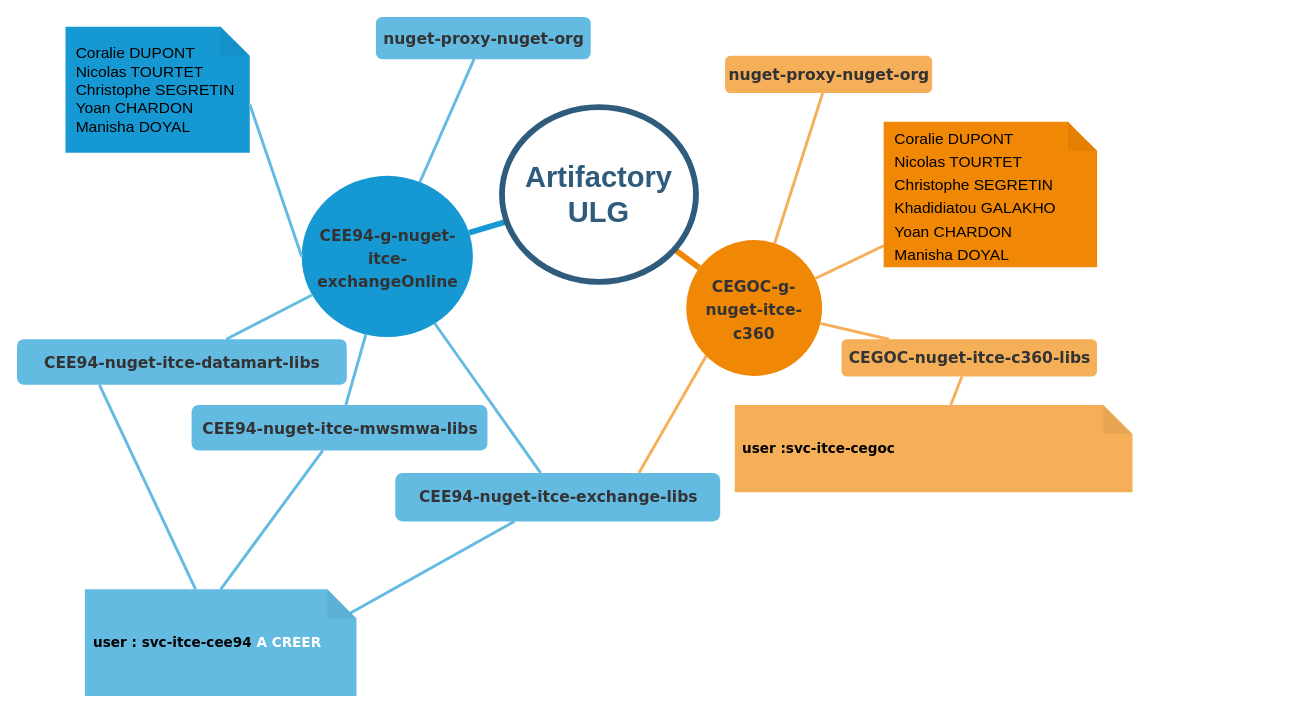
Before: page "C360-Administrateurs" (1 of 2) of artifactory-uld_Diagram.drawio in jmrablat/diagrams, a draw.io diagram. Source tidied: cells renumbered, new cells numbered last; positions are measured from the earlier drawing's top-left corner, leaving out a move shared by most shapes. Both pictures are drawn from the tidied source at 97%, with x=0, y=0 at pixel (16, 16).
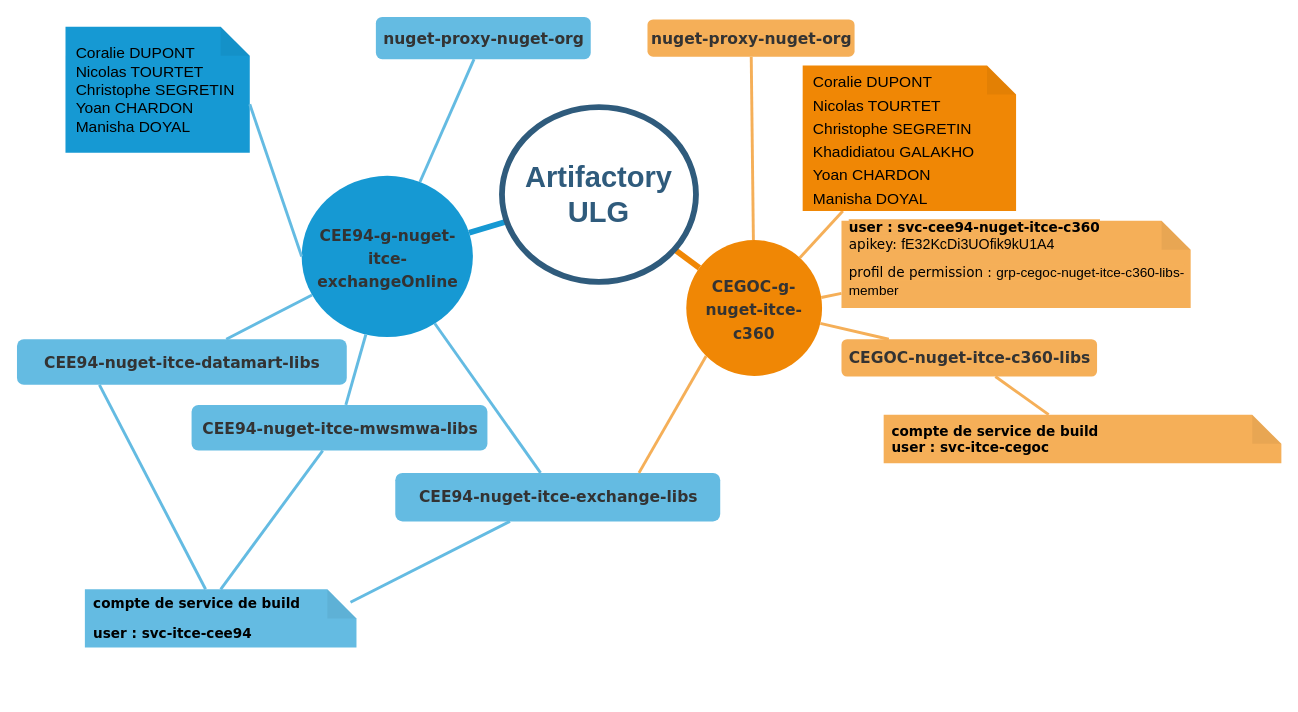
The same page after the edit.

Commit message:
ajout du compte de service permettant l'accès au repo privé

The change refers to these unchanged cells:
```xml
<mxCell id="4" value="&lt;span style=&quot;color: rgb(51 , 51 , 51) ; font-family: &amp;#34;verdana&amp;#34; ; font-size: 16px ; font-weight: 700&quot;&gt;CEGOC-g-nuget-itce-c360&lt;/span&gt;" style="ellipse;whiteSpace=wrap;html=1;shadow=0;fontFamily=Helvetica;fontSize=20;fontColor=#FFFFFF;align=center;strokeWidth=3;fillColor=#F08705;strokeColor=none;gradientColor=none;" parent="1" vertex="1">
  <mxGeometry x="690" y="230" width="140" height="140" as="geometry" />
</mxCell>
```

The edit, as a diff of the source:
```diff
@@
+    <mxCell id="30" style="edgeStyle=none;jettySize=auto;html=1;endArrow=none;strokeColor=#F5AF58;strokeWidth=3;" parent="1" edge="1" source="4" target="31">
+      <mxGeometry relative="1" as="geometry" />
+    </mxCell>
@@
     <mxCell id="5" value="&lt;span style=&quot;color: rgb(51 , 51 , 51) ; font-family: &amp;#34;verdana&amp;#34; ; font-size: 16px ; font-weight: 700&quot;&gt;nuget-proxy-nuget-org&lt;/span&gt;" style="rounded=1;fillColor=#f5af58;strokeColor=none;strokeWidth=3;shadow=0;html=1;fontColor=#FFFFFF;" parent="1" vertex="1">
-      <mxGeometry x="730" y="40" width="213.5" height="38.5" as="geometry" />
+      <mxGeometry x="650" y="2.5" width="213.5" height="38.5" as="geometry" />
     </mxCell>
@@
     <mxCell id="27" value="&lt;span style=&quot;color: rgb(0 , 0 , 0) ; font-size: 16px&quot;&gt;Coralie DUPONT&lt;/span&gt;&lt;br style=&quot;color: rgb(0 , 0 , 0) ; font-size: 16px&quot;&gt;&lt;span style=&quot;color: rgb(0 , 0 , 0) ; font-size: 16px&quot;&gt;Nicolas TOURTET&lt;/span&gt;&lt;br style=&quot;color: rgb(0 , 0 , 0) ; font-size: 16px&quot;&gt;&lt;span style=&quot;color: rgb(0 , 0 , 0) ; font-size: 16px&quot;&gt;Christophe SEGRETIN&lt;br&gt;&lt;/span&gt;&lt;span style=&quot;color: rgb(0 , 0 , 0) ; font-size: 16px&quot;&gt;Khadidiatou GALAKHO&lt;/span&gt;&lt;br&gt;&lt;span style=&quot;color: rgb(0 , 0 , 0) ; font-size: 16px&quot;&gt;Yoan CHARDON&lt;/span&gt;&lt;br style=&quot;color: rgb(0 , 0 , 0) ; font-size: 16px&quot;&gt;&lt;span style=&quot;color: rgb(0 , 0 , 0) ; font-size: 16px&quot;&gt;Manisha DOYAL&lt;/span&gt;" style="shape=note;whiteSpace=wrap;html=1;backgroundOutline=1;darkOpacity=0.05;shadow=0;fontSize=20;fontColor=#FFFFFF;strokeColor=none;strokeWidth=3;fillColor=#F08705;align=left;spacingLeft=9;" parent="1" vertex="1">
-      <mxGeometry x="893.5" y="108" width="220" height="150" as="geometry" />
+      <mxGeometry x="810" y="50" width="220" height="150" as="geometry" />
     </mxCell>
-    <mxCell id="28" value="&lt;p style=&quot;margin: 0in ; font-size: 14px&quot;&gt;&lt;font style=&quot;font-size: 14px&quot;&gt;user&amp;nbsp;:svc-itce-cegoc&lt;/font&gt;&lt;/p&gt;" style="shape=note;whiteSpace=wrap;html=1;backgroundOutline=1;darkOpacity=0.05;rounded=1;shadow=0;strokeColor=none;strokeWidth=3;fillColor=#f5af58;align=left;spacingLeft=6;fontStyle=1;fontFamily=Verdana;" parent="1" vertex="1">
-      <mxGeometry x="740" y="400" width="410" height="90" as="geometry" />
+    <mxCell id="28" value="&lt;p style=&quot;margin: 0in ; font-size: 14px&quot;&gt;&lt;font style=&quot;font-size: 14px&quot;&gt;compte de service de build&lt;/font&gt;&lt;/p&gt;&lt;p style=&quot;margin: 0in ; font-size: 14px&quot;&gt;&lt;font style=&quot;font-size: 14px&quot;&gt;user&amp;nbsp;: svc-itce-cegoc&lt;/font&gt;&lt;/p&gt;" style="shape=note;whiteSpace=wrap;html=1;backgroundOutline=1;darkOpacity=0.05;rounded=1;shadow=0;strokeColor=none;strokeWidth=3;fillColor=#f5af58;align=left;spacingLeft=6;fontStyle=1;fontFamily=Verdana;" parent="1" vertex="1">
+      <mxGeometry x="893.5" y="410" width="410" height="50" as="geometry" />
     </mxCell>
-    <mxCell id="29" value="&lt;p style=&quot;margin: 0in ; font-size: 12px&quot;&gt;&lt;/p&gt;&lt;p style=&quot;font-size: 14px&quot;&gt;&lt;font style=&quot;font-size: 14px ; line-height: 100%&quot;&gt;&lt;font style=&quot;font-size: 14px&quot;&gt;&lt;span&gt;user&amp;nbsp;: svc-itce-cee94 &lt;/span&gt;&lt;font style=&quot;font-size: 14px&quot; color=&quot;#ffffff&quot;&gt;A CREER&lt;/font&gt;&lt;/font&gt;&lt;/font&gt;&lt;/p&gt;&lt;p style=&quot;font-size: 12px&quot;&gt;&lt;/p&gt;" style="shape=note;whiteSpace=wrap;html=1;backgroundOutline=1;darkOpacity=0.05;rounded=1;shadow=0;strokeColor=none;strokeWidth=3;fillColor=#64BBE2;align=left;fontFamily=Verdana;fontStyle=1;fontSize=12;spacingLeft=7;" parent="1" vertex="1">
-      <mxGeometry x="70" y="590" width="280" height="110" as="geometry" />
+    <mxCell id="29" value="&lt;p style=&quot;margin: 0in ; font-size: 12px&quot;&gt;&lt;/p&gt;&lt;p style=&quot;font-size: 14px&quot;&gt;&lt;font style=&quot;font-size: 14px ; line-height: 100%&quot;&gt;&lt;font style=&quot;font-size: 14px&quot;&gt;&lt;span&gt;compte de service de build&lt;/span&gt;&lt;/font&gt;&lt;/font&gt;&lt;/p&gt;&lt;p style=&quot;font-size: 14px&quot;&gt;&lt;span&gt;user&amp;nbsp;: svc-itce-cee94&lt;/span&gt;&lt;/p&gt;&lt;p style=&quot;font-size: 12px&quot;&gt;&lt;/p&gt;" style="shape=note;whiteSpace=wrap;html=1;backgroundOutline=1;darkOpacity=0.05;rounded=1;shadow=0;strokeColor=none;strokeWidth=3;fillColor=#64BBE2;align=left;fontFamily=Verdana;fontStyle=1;fontSize=12;spacingLeft=7;" parent="1" vertex="1">
+      <mxGeometry x="70" y="590" width="280" height="60" as="geometry" />
     </mxCell>
+    <mxCell id="31" value="&lt;p style=&quot;margin: 0in ; font-size: 14px&quot;&gt;&lt;span style=&quot;background-color: rgb(245 , 175 , 88)&quot;&gt;user&amp;nbsp;: svc-cee94-nuget-itce-c360&lt;br&gt;&lt;/span&gt;&lt;/p&gt;&lt;p style=&quot;box-sizing: border-box ; margin: 0px 0px 10px ; font-size: 14px ; font-weight: 400&quot;&gt;&lt;span style=&quot;background-color: rgb(245 , 175 , 88)&quot;&gt;apikey:&amp;nbsp;&lt;span style=&quot;box-sizing: border-box ; font-size: 11pt&quot;&gt;&lt;span style=&quot;box-sizing: border-box ; font-family: &amp;#34;calibri&amp;#34; , sans-serif&quot;&gt;fE32KcDi3UOfik9kU1A4&lt;/span&gt;&lt;/span&gt;&lt;/span&gt;&lt;/p&gt;&lt;p style=&quot;box-sizing: border-box ; margin: 0px 0px 10px ; font-size: 14px ; font-weight: 400&quot;&gt;&lt;span style=&quot;background-color: rgb(245 , 175 , 88)&quot;&gt;profil de permission :&lt;span style=&quot;box-sizing: border-box&quot;&gt;&lt;span style=&quot;box-sizing: border-box&quot;&gt;&amp;nbsp;&lt;/span&gt;&lt;span style=&quot;box-sizing: border-box ; font-size: 11pt&quot;&gt;&lt;span style=&quot;box-sizing: border-box ; font-family: &amp;#34;calibri&amp;#34; , sans-serif&quot;&gt;&lt;span style=&quot;box-sizing: border-box ; font-size: 10.5pt&quot;&gt;&lt;span style=&quot;box-sizing: border-box ; font-family: &amp;#34;helvetica&amp;#34; , sans-serif&quot;&gt;&lt;span style=&quot;box-sizing: border-box&quot;&gt;grp-cegoc-nuget-itce-c360-libs-member&lt;/span&gt;&lt;/span&gt;&lt;/span&gt;&lt;/span&gt;&lt;/span&gt;&lt;/span&gt;&lt;/span&gt;&lt;/p&gt;" style="shape=note;whiteSpace=wrap;html=1;backgroundOutline=1;darkOpacity=0.05;rounded=1;shadow=0;strokeColor=none;strokeWidth=3;fillColor=#f5af58;align=left;spacingLeft=6;fontStyle=1;fontFamily=Verdana;" parent="1" vertex="1">
+      <mxGeometry x="850" y="210" width="360" height="90" as="geometry" />
+    </mxCell>
```
